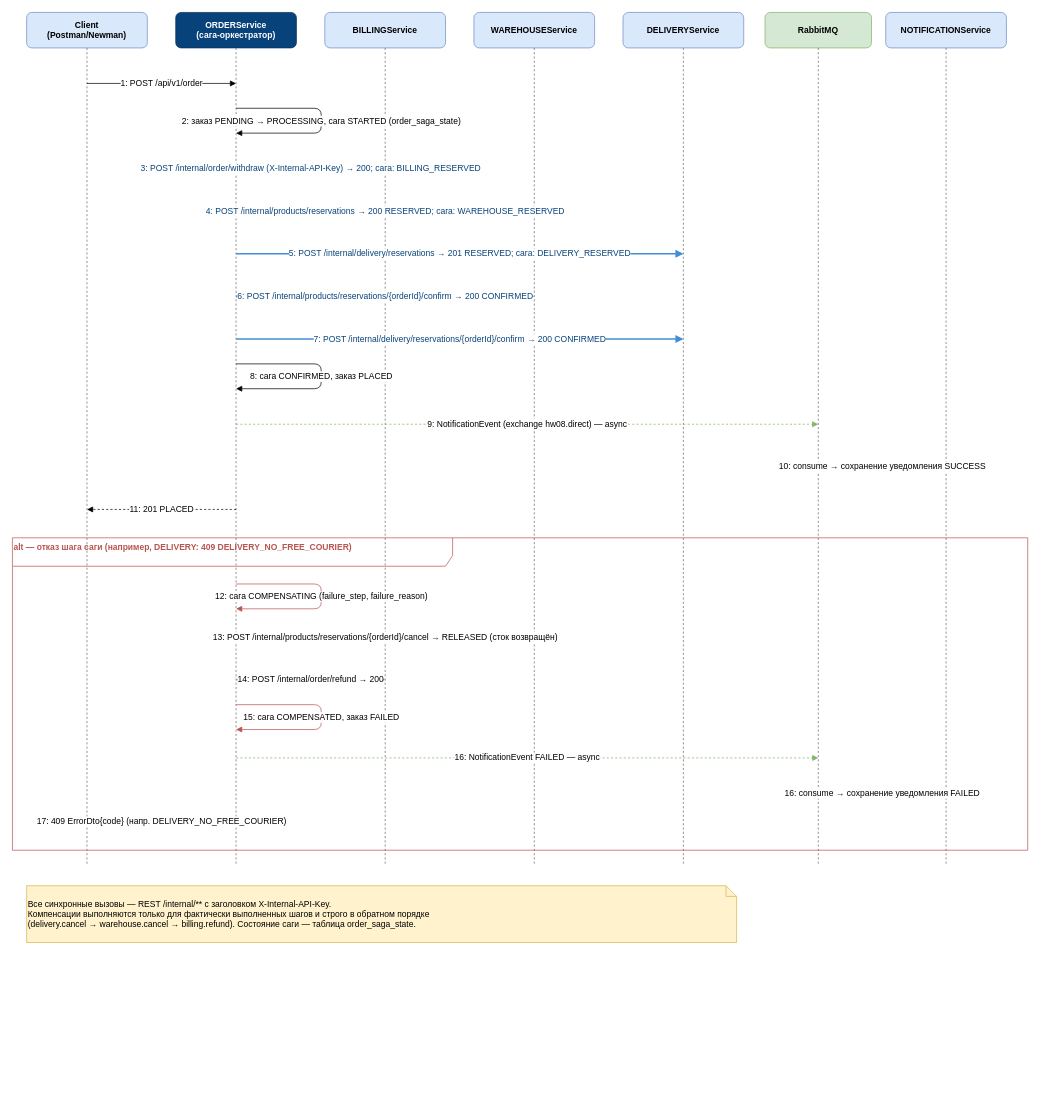
Above: project/diagrams/fp-saga-sequence.drawio in AlexNika/2026-02-otus-microservices-nikolaev (draw.io), before the change. Source tidied: cells renumbered, new cells numbered last; positions are measured from the earlier drawing's top-left corner, leaving out a move shared by most shapes. Both pictures are drawn from the tidied source at 71%, with x=0, y=0 at pixel (12, 12).
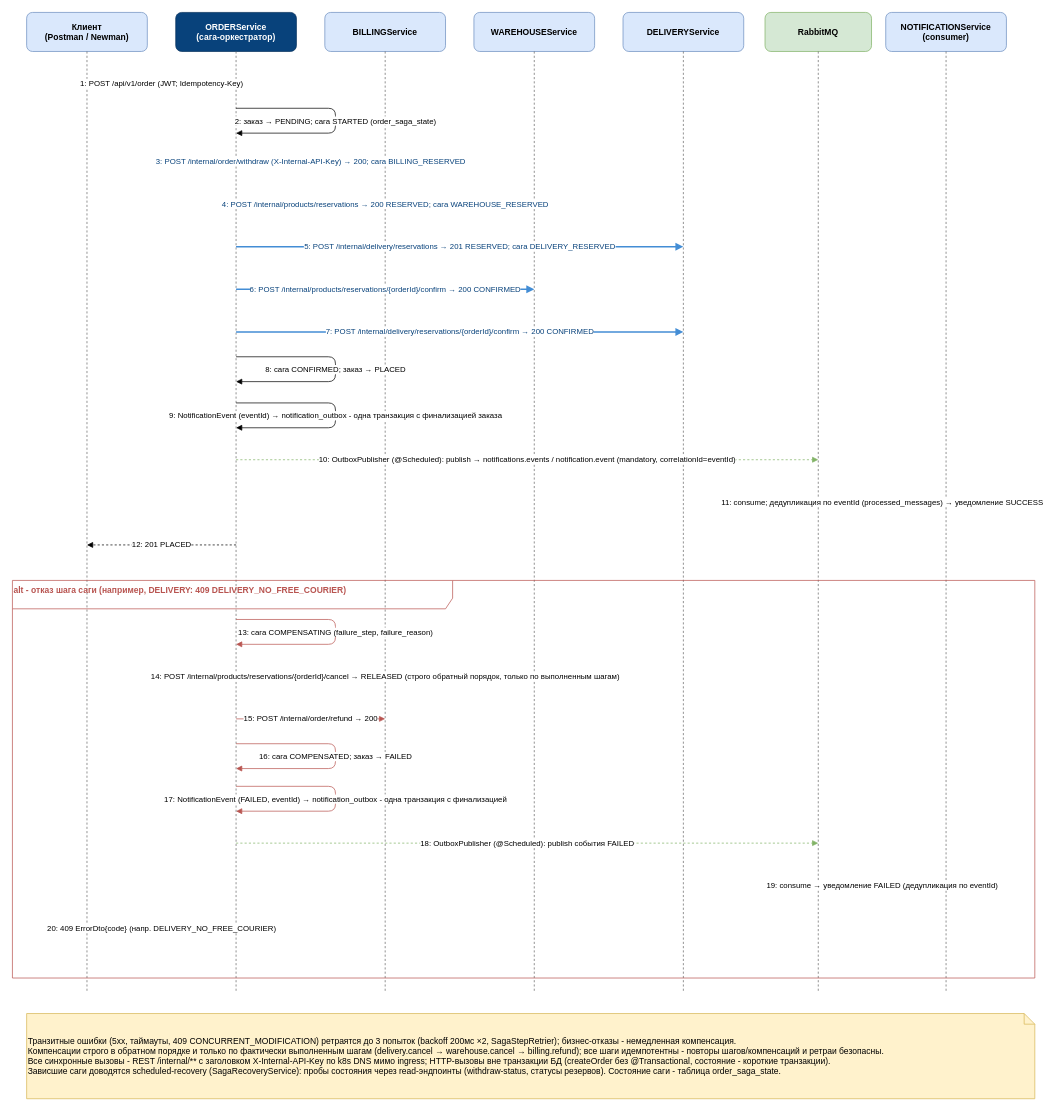
The same page after the edit.

What changed in the source:
```diff
@@
-    <mxCell id="2" value="Client&#10;(Postman/Newman)" style="rounded=1;whiteSpace=wrap;html=1;fillColor=#dae8fc;strokeColor=#6c8ebf;fontStyle=1;" parent="1" vertex="1">
-      <mxGeometry x="20" width="170" height="50" as="geometry" />
+    <mxCell id="2" value="Клиент&#10;(Postman / Newman)" style="rounded=1;whiteSpace=wrap;html=1;fillColor=#dae8fc;strokeColor=#6c8ebf;fontStyle=1;" parent="1" vertex="1">
+      <mxGeometry x="20" width="170" height="55" as="geometry" />
     </mxCell>
     <mxCell id="3" value="ORDERService&#10;(сага-оркестратор)" style="rounded=1;whiteSpace=wrap;html=1;fillColor=#08427B;strokeColor=#06315C;fontColor=#ffffff;fontStyle=1;" parent="1" vertex="1">
-      <mxGeometry x="230" width="170" height="50" as="geometry" />
+      <mxGeometry x="230" width="170" height="55" as="geometry" />
     </mxCell>
     <mxCell id="4" value="BILLINGService" style="rounded=1;whiteSpace=wrap;html=1;fillColor=#dae8fc;strokeColor=#6c8ebf;fontStyle=1;" parent="1" vertex="1">
-      <mxGeometry x="440" width="170" height="50" as="geometry" />
+      <mxGeometry x="440" width="170" height="55" as="geometry" />
     </mxCell>
     <mxCell id="5" value="WAREHOUSEService" style="rounded=1;whiteSpace=wrap;html=1;fillColor=#dae8fc;strokeColor=#6c8ebf;fontStyle=1;" parent="1" vertex="1">
-      <mxGeometry x="650" width="170" height="50" as="geometry" />
+      <mxGeometry x="650" width="170" height="55" as="geometry" />
     </mxCell>
     <mxCell id="6" value="DELIVERYService" style="rounded=1;whiteSpace=wrap;html=1;fillColor=#dae8fc;strokeColor=#6c8ebf;fontStyle=1;" parent="1" vertex="1">
-      <mxGeometry x="860" width="170" height="50" as="geometry" />
+      <mxGeometry x="860" width="170" height="55" as="geometry" />
     </mxCell>
     <mxCell id="7" value="RabbitMQ" style="rounded=1;whiteSpace=wrap;html=1;fillColor=#d5e8d4;strokeColor=#82b366;fontStyle=1;" parent="1" vertex="1">
-      <mxGeometry x="1060" width="150" height="50" as="geometry" />
+      <mxGeometry x="1060" width="150" height="55" as="geometry" />
     </mxCell>
-    <mxCell id="8" value="NOTIFICATIONService" style="rounded=1;whiteSpace=wrap;html=1;fillColor=#dae8fc;strokeColor=#6c8ebf;fontStyle=1;" parent="1" vertex="1">
-      <mxGeometry x="1230" width="170" height="50" as="geometry" />
+    <mxCell id="8" value="NOTIFICATIONService&#10;(consumer)" style="rounded=1;whiteSpace=wrap;html=1;fillColor=#dae8fc;strokeColor=#6c8ebf;fontStyle=1;" parent="1" vertex="1">
+      <mxGeometry x="1230" width="170" height="55" as="geometry" />
     </mxCell>
     <mxCell id="9" style="endArrow=none;dashed=1;html=1;strokeColor=#666666;" parent="1" edge="1">
       <mxGeometry relative="1" as="geometry">
-        <mxPoint x="105" y="50" as="sourcePoint" />
-        <mxPoint x="105" y="1200" as="targetPoint" />
+        <mxPoint x="105" y="55" as="sourcePoint" />
+        <mxPoint x="105" y="1380" as="targetPoint" />
       </mxGeometry>
     </mxCell>
     <mxCell id="10" style="endArrow=none;dashed=1;html=1;strokeColor=#666666;" parent="1" edge="1">
       <mxGeometry relative="1" as="geometry">
-        <mxPoint x="315" y="50" as="sourcePoint" />
-        <mxPoint x="315" y="1200" as="targetPoint" />
+        <mxPoint x="315" y="55" as="sourcePoint" />
+        <mxPoint x="315" y="1380" as="targetPoint" />
       </mxGeometry>
     </mxCell>
     <mxCell id="11" style="endArrow=none;dashed=1;html=1;strokeColor=#666666;" parent="1" edge="1">
       <mxGeometry relative="1" as="geometry">
-        <mxPoint x="525" y="50" as="sourcePoint" />
-        <mxPoint x="525" y="1200" as="targetPoint" />
+        <mxPoint x="525" y="55" as="sourcePoint" />
+        <mxPoint x="525" y="1380" as="targetPoint" />
       </mxGeometry>
     </mxCell>
     <mxCell id="12" style="endArrow=none;dashed=1;html=1;strokeColor=#666666;" parent="1" edge="1">
       <mxGeometry relative="1" as="geometry">
-        <mxPoint x="735" y="50" as="sourcePoint" />
-        <mxPoint x="735" y="1200" as="targetPoint" />
+        <mxPoint x="735" y="55" as="sourcePoint" />
+        <mxPoint x="735" y="1380" as="targetPoint" />
       </mxGeometry>
     </mxCell>
     <mxCell id="13" style="endArrow=none;dashed=1;html=1;strokeColor=#666666;" parent="1" edge="1">
       <mxGeometry relative="1" as="geometry">
-        <mxPoint x="945" y="50" as="sourcePoint" />
-        <mxPoint x="945" y="1200" as="targetPoint" />
+        <mxPoint x="945" y="55" as="sourcePoint" />
+        <mxPoint x="945" y="1380" as="targetPoint" />
       </mxGeometry>
     </mxCell>
     <mxCell id="14" style="endArrow=none;dashed=1;html=1;strokeColor=#666666;" parent="1" edge="1">
       <mxGeometry relative="1" as="geometry">
-        <mxPoint x="1135" y="50" as="sourcePoint" />
-        <mxPoint x="1135" y="1200" as="targetPoint" />
+        <mxPoint x="1135" y="55" as="sourcePoint" />
+        <mxPoint x="1135" y="1380" as="targetPoint" />
       </mxGeometry>
     </mxCell>
     <mxCell id="15" style="endArrow=none;dashed=1;html=1;strokeColor=#666666;" parent="1" edge="1">
       <mxGeometry relative="1" as="geometry">
-        <mxPoint x="1315" y="50" as="sourcePoint" />
-        <mxPoint x="1315" y="1200" as="targetPoint" />
+        <mxPoint x="1315" y="55" as="sourcePoint" />
+        <mxPoint x="1315" y="1380" as="targetPoint" />
       </mxGeometry>
     </mxCell>
-    <mxCell id="16" value="1: POST /api/v1/order" style="html=1;endArrow=block;endFill=1;strokeColor=#000000;fontSize=12;" parent="1" edge="1">
+    <mxCell id="16" value="1: POST /api/v1/order (JWT; Idempotency-Key)" style="html=1;endArrow=block;endFill=1;strokeColor=#000000;fontSize=11;" parent="1" edge="1">
       <mxGeometry relative="1" as="geometry">
         <mxPoint x="105" y="100" as="sourcePoint" />
         <mxPoint x="315" y="100" as="targetPoint" />
       </mxGeometry>
     </mxCell>
-    <mxCell id="17" value="2: заказ PENDING → PROCESSING, сага STARTED (order_saga_state)" style="html=1;endArrow=block;endFill=1;strokeColor=#000000;fontSize=12;" parent="1" edge="1">
+    <mxCell id="17" value="2: заказ → PENDING; сага STARTED (order_saga_state)" style="html=1;endArrow=block;endFill=1;strokeColor=#000000;fontSize=11;" parent="1" edge="1">
       <mxGeometry relative="1" as="geometry">
         <mxPoint x="315" y="135" as="sourcePoint" />
         <mxPoint x="315" y="170" as="targetPoint" />
         <Array as="points">
-          <mxPoint x="435" y="135" />
-          <mxPoint x="435" y="170" />
+          <mxPoint x="455" y="135" />
+          <mxPoint x="455" y="170" />
         </Array>
       </mxGeometry>
     </mxCell>
-    <mxCell id="18" value="3: POST /internal/order/withdraw (X-Internal-API-Key) → 200; сага: BILLING_RESERVED" style="html=1;endArrow=block;endFill=1;strokeColor=#438DD5;fontColor=#08427B;fontSize=12;strokeWidth=2;" parent="1" edge="1">
+    <mxCell id="18" value="3: POST /internal/order/withdraw (X-Internal-API-Key) → 200; сага BILLING_RESERVED" style="html=1;endArrow=block;endFill=1;strokeColor=#438DD5;fontColor=#08427B;fontSize=11;strokeWidth=2;" parent="1" edge="1">
       <mxGeometry relative="1" as="geometry">
-        <mxPoint x="315" y="220" as="sourcePoint" />
-        <mxPoint x="525" y="220" as="targetPoint" />
+        <mxPoint x="315" y="210" as="sourcePoint" />
+        <mxPoint x="525" y="210" as="targetPoint" />
       </mxGeometry>
     </mxCell>
-    <mxCell id="19" value="4: POST /internal/products/reservations → 200 RESERVED; сага: WAREHOUSE_RESERVED" style="html=1;endArrow=block;endFill=1;strokeColor=#438DD5;fontColor=#08427B;fontSize=12;strokeWidth=2;" parent="1" edge="1">
+    <mxCell id="19" value="4: POST /internal/products/reservations → 200 RESERVED; сага WAREHOUSE_RESERVED" style="html=1;endArrow=block;endFill=1;strokeColor=#438DD5;fontColor=#08427B;fontSize=11;strokeWidth=2;" parent="1" edge="1">
       <mxGeometry relative="1" as="geometry">
-        <mxPoint x="315" y="280" as="sourcePoint" />
-        <mxPoint x="735" y="280" as="targetPoint" />
+        <mxPoint x="315" y="270" as="sourcePoint" />
+        <mxPoint x="735" y="270" as="targetPoint" />
       </mxGeometry>
     </mxCell>
-    <mxCell id="20" value="5: POST /internal/delivery/reservations → 201 RESERVED; сага: DELIVERY_RESERVED" style="html=1;endArrow=block;endFill=1;strokeColor=#438DD5;fontColor=#08427B;fontSize=12;strokeWidth=2;" parent="1" edge="1">
+    <mxCell id="20" value="5: POST /internal/delivery/reservations → 201 RESERVED; сага DELIVERY_RESERVED" style="html=1;endArrow=block;endFill=1;strokeColor=#438DD5;fontColor=#08427B;fontSize=11;strokeWidth=2;" parent="1" edge="1">
       <mxGeometry relative="1" as="geometry">
-        <mxPoint x="315" y="340" as="sourcePoint" />
-        <mxPoint x="945" y="340" as="targetPoint" />
+        <mxPoint x="315" y="330" as="sourcePoint" />
+        <mxPoint x="945" y="330" as="targetPoint" />
       </mxGeometry>
     </mxCell>
-    <mxCell id="21" value="6: POST /internal/products/reservations/{orderId}/confirm → 200 CONFIRMED" style="html=1;endArrow=block;endFill=1;strokeColor=#438DD5;fontColor=#08427B;fontSize=12;strokeWidth=2;" parent="1" edge="1">
+    <mxCell id="21" value="6: POST /internal/products/reservations/{orderId}/confirm → 200 CONFIRMED" style="html=1;endArrow=block;endFill=1;strokeColor=#438DD5;fontColor=#08427B;fontSize=11;strokeWidth=2;" parent="1" edge="1">
       <mxGeometry relative="1" as="geometry">
-        <mxPoint x="315" y="400" as="sourcePoint" />
-        <mxPoint x="735" y="400" as="targetPoint" />
+        <mxPoint x="315" y="390" as="sourcePoint" />
+        <mxPoint x="735" y="390" as="targetPoint" />
       </mxGeometry>
     </mxCell>
-    <mxCell id="22" value="7: POST /internal/delivery/reservations/{orderId}/confirm → 200 CONFIRMED" style="html=1;endArrow=block;endFill=1;strokeColor=#438DD5;fontColor=#08427B;fontSize=12;strokeWidth=2;" parent="1" edge="1">
+    <mxCell id="22" value="7: POST /internal/delivery/reservations/{orderId}/confirm → 200 CONFIRMED" style="html=1;endArrow=block;endFill=1;strokeColor=#438DD5;fontColor=#08427B;fontSize=11;strokeWidth=2;" parent="1" edge="1">
       <mxGeometry relative="1" as="geometry">
-        <mxPoint x="315" y="460" as="sourcePoint" />
-        <mxPoint x="945" y="460" as="targetPoint" />
+        <mxPoint x="315" y="450" as="sourcePoint" />
+        <mxPoint x="945" y="450" as="targetPoint" />
       </mxGeometry>
     </mxCell>
-    <mxCell id="23" value="8: сага CONFIRMED, заказ PLACED" style="html=1;endArrow=block;endFill=1;strokeColor=#000000;fontSize=12;" parent="1" edge="1">
+    <mxCell id="23" value="8: сага CONFIRMED; заказ → PLACED" style="html=1;endArrow=block;endFill=1;strokeColor=#000000;fontSize=11;" parent="1" edge="1">
       <mxGeometry relative="1" as="geometry">
-        <mxPoint x="315" y="495" as="sourcePoint" />
-        <mxPoint x="315" y="530" as="targetPoint" />
+        <mxPoint x="315" y="485" as="sourcePoint" />
+        <mxPoint x="315" y="520" as="targetPoint" />
         <Array as="points">
-          <mxPoint x="435" y="495" />
-          <mxPoint x="435" y="530" />
+          <mxPoint x="455" y="485" />
+          <mxPoint x="455" y="520" />
         </Array>
       </mxGeometry>
     </mxCell>
-    <mxCell id="24" value="9: NotificationEvent (exchange hw08.direct) — async" style="html=1;endArrow=block;endFill=1;dashed=1;strokeColor=#82b366;fontSize=12;" parent="1" edge="1">
+    <mxCell id="24" value="9: NotificationEvent (eventId) → notification_outbox - одна транзакция с финализацией заказа" style="html=1;endArrow=block;endFill=1;strokeColor=#000000;fontSize=11;" parent="1" edge="1">
       <mxGeometry relative="1" as="geometry">
-        <mxPoint x="315" y="580" as="sourcePoint" />
-        <mxPoint x="1135" y="580" as="targetPoint" />
+        <mxPoint x="315" y="550" as="sourcePoint" />
+        <mxPoint x="315" y="585" as="targetPoint" />
+        <Array as="points">
+          <mxPoint x="455" y="550" />
+          <mxPoint x="455" y="585" />
+        </Array>
       </mxGeometry>
     </mxCell>
-    <mxCell id="25" value="10: consume → сохранение уведомления SUCCESS" style="html=1;endArrow=block;endFill=1;dashed=1;strokeColor=#82b366;fontSize=12;" parent="1" edge="1">
+    <mxCell id="25" value="10: OutboxPublisher (@Scheduled): publish → notifications.events / notification.event (mandatory, correlationId=eventId)" style="html=1;endArrow=block;endFill=1;dashed=1;strokeColor=#82b366;fontSize=11;" parent="1" edge="1">
       <mxGeometry relative="1" as="geometry">
-        <mxPoint x="1135" y="640" as="sourcePoint" />
-        <mxPoint x="1315" y="640" as="targetPoint" />
+        <mxPoint x="315" y="630" as="sourcePoint" />
+        <mxPoint x="1135" y="630" as="targetPoint" />
       </mxGeometry>
     </mxCell>
-    <mxCell id="26" value="11: 201 PLACED" style="html=1;endArrow=block;endFill=1;dashed=1;strokeColor=#000000;fontSize=12;" parent="1" edge="1">
+    <mxCell id="26" value="11: consume; дедупликация по eventId (processed_messages) → уведомление SUCCESS" style="html=1;endArrow=block;endFill=1;dashed=1;strokeColor=#82b366;fontSize=11;" parent="1" edge="1">
       <mxGeometry relative="1" as="geometry">
-        <mxPoint x="315" y="700" as="sourcePoint" />
-        <mxPoint x="105" y="700" as="targetPoint" />
+        <mxPoint x="1135" y="690" as="sourcePoint" />
+        <mxPoint x="1315" y="690" as="targetPoint" />
       </mxGeometry>
     </mxCell>
+    <mxCell id="28" value="12: 201 PLACED" style="html=1;endArrow=block;endFill=1;dashed=1;strokeColor=#000000;fontSize=11;" parent="1" edge="1">
+      <mxGeometry relative="1" as="geometry">
+        <mxPoint x="315" y="750" as="sourcePoint" />
+        <mxPoint x="105" y="750" as="targetPoint" />
+      </mxGeometry>
+    </mxCell>
-    <mxCell id="27" value="alt — отказ шага саги (например, DELIVERY: 409 DELIVERY_NO_FREE_COURIER)" style="shape=umlFrame;whiteSpace=wrap;html=1;width=620;height=40;fillColor=none;strokeColor=#B85450;fontColor=#B85450;fontStyle=1;verticalAlign=top;align=left;" parent="1" vertex="1">
-      <mxGeometry y="740" width="1430" height="440" as="geometry" />
+    <mxCell id="27" value="alt - отказ шага саги (например, DELIVERY: 409 DELIVERY_NO_FREE_COURIER)" style="shape=umlFrame;whiteSpace=wrap;html=1;width=620;height=40;fillColor=none;strokeColor=#B85450;fontColor=#B85450;fontStyle=1;verticalAlign=top;align=left;" parent="1" vertex="1">
+      <mxGeometry y="800" width="1440" height="560" as="geometry" />
     </mxCell>
-    <mxCell id="28" value="12: сага COMPENSATING (failure_step, failure_reason)" style="html=1;endArrow=block;endFill=1;strokeColor=#B85450;fontSize=12;" parent="1" edge="1">
-      <mxGeometry relative="1" as="geometry">
-        <mxPoint x="315" y="805" as="sourcePoint" />
-        <mxPoint x="315" y="840" as="targetPoint" />
-        <Array as="points">
-          <mxPoint x="435" y="805" />
-          <mxPoint x="435" y="840" />
-        </Array>
-      </mxGeometry>
-    </mxCell>
-    <mxCell id="29" value="13: POST /internal/products/reservations/{orderId}/cancel → RELEASED (сток возвращён)" style="html=1;endArrow=block;endFill=1;strokeColor=#B85450;fontSize=12;" parent="1" edge="1">
+    <mxCell id="29" value="13: сага COMPENSATING (failure_step, failure_reason)" style="html=1;endArrow=block;endFill=1;strokeColor=#B85450;fontSize=11;" parent="1" edge="1">
       <mxGeometry relative="1" as="geometry">
-        <mxPoint x="315" y="880" as="sourcePoint" />
-        <mxPoint x="735" y="880" as="targetPoint" />
+        <mxPoint x="315" y="855" as="sourcePoint" />
+        <mxPoint x="315" y="890" as="targetPoint" />
+        <Array as="points">
+          <mxPoint x="455" y="855" />
+          <mxPoint x="455" y="890" />
+        </Array>
       </mxGeometry>
     </mxCell>
-    <mxCell id="30" value="14: POST /internal/order/refund → 200" style="html=1;endArrow=block;endFill=1;strokeColor=#B85450;fontSize=12;" parent="1" edge="1">
+    <mxCell id="30" value="14: POST /internal/products/reservations/{orderId}/cancel → RELEASED (строго обратный порядок, только по выполненным шагам)" style="html=1;endArrow=block;endFill=1;strokeColor=#B85450;fontSize=11;" parent="1" edge="1">
       <mxGeometry relative="1" as="geometry">
-        <mxPoint x="315" y="940" as="sourcePoint" />
-        <mxPoint x="525" y="940" as="targetPoint" />
+        <mxPoint x="315" y="935" as="sourcePoint" />
+        <mxPoint x="735" y="935" as="targetPoint" />
       </mxGeometry>
     </mxCell>
-    <mxCell id="31" value="15: сага COMPENSATED, заказ FAILED" style="html=1;endArrow=block;endFill=1;strokeColor=#B85450;fontSize=12;" parent="1" edge="1">
+    <mxCell id="31" value="15: POST /internal/order/refund → 200" style="html=1;endArrow=block;endFill=1;strokeColor=#B85450;fontSize=11;" parent="1" edge="1">
       <mxGeometry relative="1" as="geometry">
-        <mxPoint x="315" y="975" as="sourcePoint" />
-        <mxPoint x="315" y="1010" as="targetPoint" />
-        <Array as="points">
-          <mxPoint x="435" y="975" />
-          <mxPoint x="435" y="1010" />
-        </Array>
+        <mxPoint x="315" y="995" as="sourcePoint" />
+        <mxPoint x="525" y="995" as="targetPoint" />
       </mxGeometry>
     </mxCell>
-    <mxCell id="32" value="16: NotificationEvent FAILED — async" style="html=1;endArrow=block;endFill=1;dashed=1;strokeColor=#82b366;fontSize=12;" parent="1" edge="1">
-      <mxGeometry relative="1" as="geometry">
-        <mxPoint x="315" y="1050" as="sourcePoint" />
-        <mxPoint x="1135" y="1050" as="targetPoint" />
-      </mxGeometry>
-    </mxCell>
-    <mxCell id="33" value="16: consume → сохранение уведомления FAILED" style="html=1;endArrow=block;endFill=1;dashed=1;strokeColor=#82b366;fontSize=12;" parent="1" edge="1">
-      <mxGeometry relative="1" as="geometry">
-        <mxPoint x="1135" y="1100" as="sourcePoint" />
-        <mxPoint x="1315" y="1100" as="targetPoint" />
-      </mxGeometry>
-    </mxCell>
+    <mxCell id="36" value="16: сага COMPENSATED; заказ → FAILED" style="html=1;endArrow=block;endFill=1;strokeColor=#B85450;fontSize=11;" parent="1" edge="1">
+      <mxGeometry relative="1" as="geometry">
+        <mxPoint x="315" y="1030" as="sourcePoint" />
+        <mxPoint x="315" y="1065" as="targetPoint" />
+        <Array as="points">
+          <mxPoint x="455" y="1030" />
+          <mxPoint x="455" y="1065" />
+        </Array>
+      </mxGeometry>
+    </mxCell>
-    <mxCell id="34" value="17: 409 ErrorDto{code} (напр. DELIVERY_NO_FREE_COURIER)" style="html=1;endArrow=block;endFill=1;dashed=1;strokeColor=#B85450;fontSize=12;" parent="1" edge="1">
+    <mxCell id="34" value="17: NotificationEvent (FAILED, eventId) → notification_outbox - одна транзакция с финализацией" style="html=1;endArrow=block;endFill=1;strokeColor=#B85450;fontSize=11;" parent="1" edge="1">
       <mxGeometry relative="1" as="geometry">
-        <mxPoint x="315" y="1140" as="sourcePoint" />
-        <mxPoint x="105" y="1140" as="targetPoint" />
+        <mxPoint x="315" y="1090" as="sourcePoint" />
+        <mxPoint x="315" y="1125" as="targetPoint" />
+        <Array as="points">
+          <mxPoint x="455" y="1090" />
+          <mxPoint x="455" y="1125" />
+        </Array>
       </mxGeometry>
     </mxCell>
+    <mxCell id="37" value="18: OutboxPublisher (@Scheduled): publish события FAILED" style="html=1;endArrow=block;endFill=1;dashed=1;strokeColor=#82b366;fontSize=11;" parent="1" edge="1">
+      <mxGeometry relative="1" as="geometry">
+        <mxPoint x="315" y="1170" as="sourcePoint" />
+        <mxPoint x="1135" y="1170" as="targetPoint" />
+      </mxGeometry>
+    </mxCell>
+    <mxCell id="38" value="19: consume → уведомление FAILED (дедупликация по eventId)" style="html=1;endArrow=block;endFill=1;dashed=1;strokeColor=#82b366;fontSize=11;" parent="1" edge="1">
+      <mxGeometry relative="1" as="geometry">
+        <mxPoint x="1135" y="1230" as="sourcePoint" />
+        <mxPoint x="1315" y="1230" as="targetPoint" />
+      </mxGeometry>
+    </mxCell>
+    <mxCell id="39" value="20: 409 ErrorDto{code} (напр. DELIVERY_NO_FREE_COURIER)" style="html=1;endArrow=block;endFill=1;dashed=1;strokeColor=#B85450;fontSize=11;" parent="1" edge="1">
+      <mxGeometry relative="1" as="geometry">
+        <mxPoint x="315" y="1290" as="sourcePoint" />
+        <mxPoint x="105" y="1290" as="targetPoint" />
+      </mxGeometry>
+    </mxCell>
-    <mxCell id="35" value="Все синхронные вызовы — REST /internal/** с заголовком X-Internal-API-Key.&#10;Компенсации выполняются только для фактически выполненных шагов и строго в обратном порядке&#10;(delivery.cancel → warehouse.cancel → billing.refund). Состояние саги — таблица order_saga_state." style="shape=note;whiteSpace=wrap;html=1;size=15;fillColor=#FFF2CC;strokeColor=#d6b656;align=left;verticalAlign=middle;fontSize=12;" parent="1" vertex="1">
-      <mxGeometry x="20" y="1230" width="1000" height="80" as="geometry" />
+    <mxCell id="35" value="Транзитные ошибки (5xx, таймауты, 409 CONCURRENT_MODIFICATION) ретраятся до 3 попыток (backoff 200мс ×2, SagaStepRetrier); бизнес-отказы - немедленная компенсация.&lt;br&gt;Компенсации строго в обратном порядке и только по фактически выполненным шагам (delivery.cancel → warehouse.cancel → billing.refund); все шаги идемпотентны - повторы шагов/компенсаций и ретраи безопасны.&lt;br&gt;Все синхронные вызовы - REST /internal/** с заголовком X-Internal-API-Key по k8s DNS мимо ingress; HTTP-вызовы вне транзакции БД (createOrder без @Transactional, состояние - короткие транзакции).&lt;br&gt;Зависшие саги доводятся scheduled-recovery (SagaRecoveryService): пробы состояния через read-эндпоинты (withdraw-status, статусы резервов). Состояние саги - таблица order_saga_state." style="shape=note;whiteSpace=wrap;html=1;size=15;fillColor=#FFF2CC;strokeColor=#d6b656;align=left;verticalAlign=middle;fontSize=12;" parent="1" vertex="1">
+      <mxGeometry x="20" y="1410" width="1420" height="120" as="geometry" />
     </mxCell>
```
